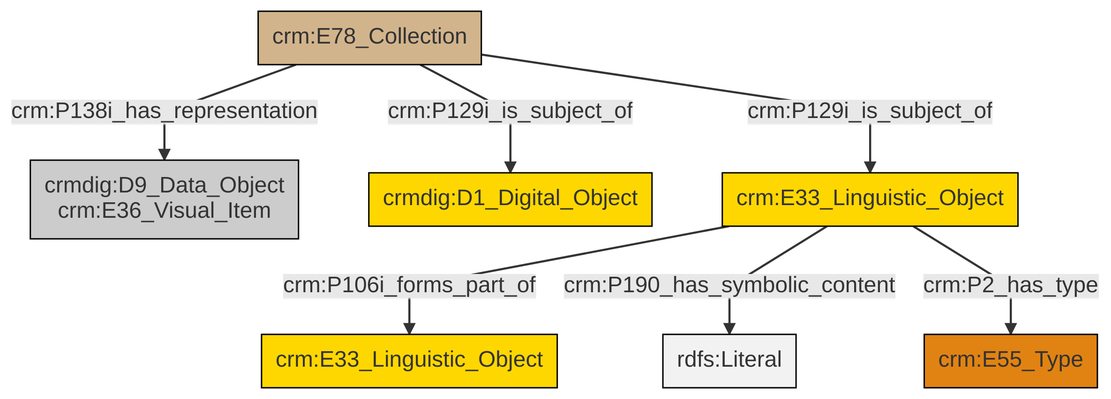
Before: et/archivalCSV/ttl/mmd/png/archival_docs.png, a diagram exported from Mermaid (swiss-art-research-net/docs.swissartresearch). Its source is kept beside it as et/archivalCSV/ttl/mmd/archival_docs.ttl.mmd.
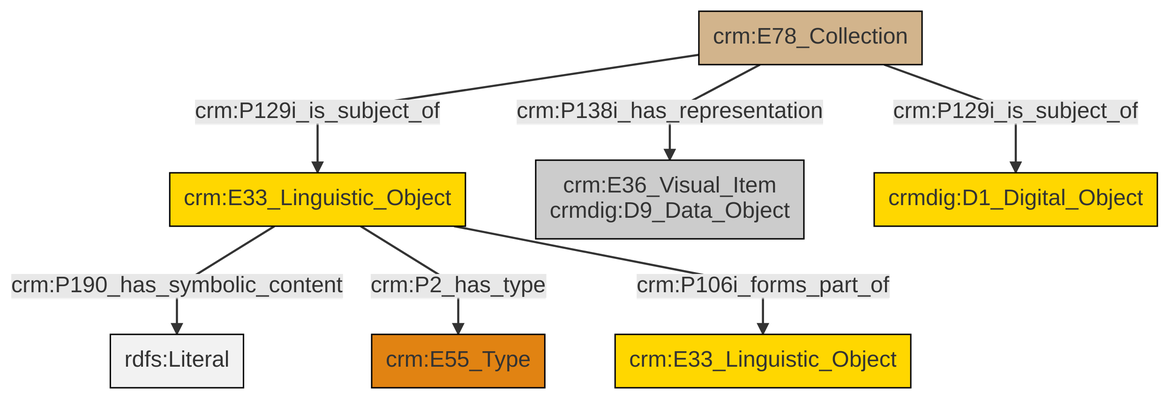
Later version of the same file.

The edit, as a diff of the source:
```diff
@@ -13,9 +13,9 @@
 classDef PC_Classes fill:#4ce600, stroke:#000000;
 classDef Multi fill:#cccccc,stroke:#000000;
 
-2["crm:E78_Collection"]:::Physical_Thing -->|crm:P129i_is_subject_of| 6["crmdig:D1_Digital_Object"]:::Conceptual_Object
-2["crm:E78_Collection"]:::Physical_Thing -->|crm:P129i_is_subject_of| 10["crm:E33_Linguistic_Object"]:::Conceptual_Object
-10["crm:E33_Linguistic_Object"]:::Conceptual_Object -->|crm:P106i_forms_part_of| 7["crm:E33_Linguistic_Object"]:::Conceptual_Object
-10["crm:E33_Linguistic_Object"]:::Conceptual_Object -->|crm:P190_has_symbolic_content| 14[rdfs:Literal]:::Literal
-2["crm:E78_Collection"]:::Physical_Thing -->|crm:P138i_has_representation| 4["crmdig:D9_Data_Object<br>crm:E36_Visual_Item"]:::Multi
-10["crm:E33_Linguistic_Object"]:::Conceptual_Object -->|crm:P2_has_type| 0["crm:E55_Type"]:::Type
+4["crm:E78_Collection"]:::Physical_Thing -->|crm:P138i_has_representation| 5["crm:E36_Visual_Item<br>crmdig:D9_Data_Object"]:::Multi
+0["crm:E33_Linguistic_Object"]:::Conceptual_Object -->|crm:P190_has_symbolic_content| 8[rdfs:Literal]:::Literal
+0["crm:E33_Linguistic_Object"]:::Conceptual_Object -->|crm:P2_has_type| 2["crm:E55_Type"]:::Type
+0["crm:E33_Linguistic_Object"]:::Conceptual_Object -->|crm:P106i_forms_part_of| 6["crm:E33_Linguistic_Object"]:::Conceptual_Object
+4["crm:E78_Collection"]:::Physical_Thing -->|crm:P129i_is_subject_of| 0["crm:E33_Linguistic_Object"]:::Conceptual_Object
+4["crm:E78_Collection"]:::Physical_Thing -->|crm:P129i_is_subject_of| 9["crmdig:D1_Digital_Object"]:::Conceptual_Object
```
